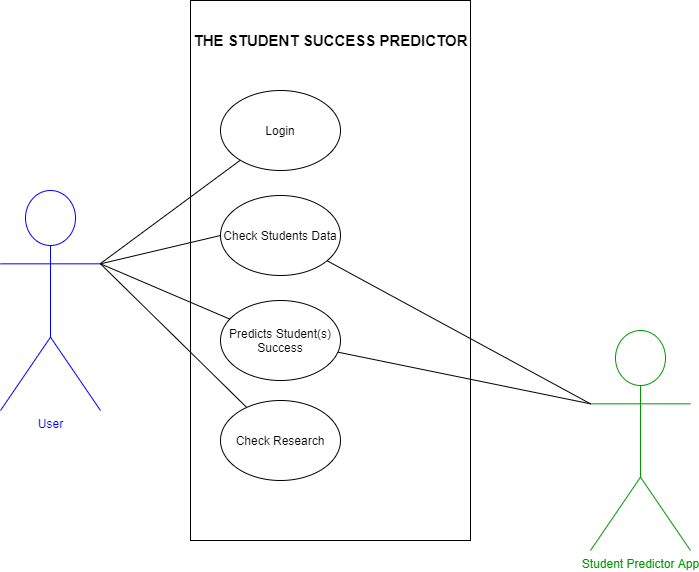
The draw.io diagram wiki/images/usecase.png in NicMuir/Software_Design_Project-2020, before a commit. Source tidied: cells renumbered, new cells last; positions are measured from the earlier drawing's top-left corner, leaving out a move shared by most shapes. The source it was exported from:
```xml
<mxGraphModel>
  <root>
    <mxCell id="0" />
    <mxCell id="1" parent="0" />
    <mxCell id="2" value="&lt;font color=&quot;#0000ff&quot;&gt;User&lt;/font&gt;" style="shape=umlActor;verticalLabelPosition=bottom;verticalAlign=top;html=1;outlineConnect=0;strokeColor=#0000FF;" parent="1" vertex="1">
      <mxGeometry y="190" width="100" height="220" as="geometry" />
    </mxCell>
    <mxCell id="3" style="whiteSpace=wrap;html=1;" parent="1" vertex="1">
      <mxGeometry x="190" width="280" height="540" as="geometry" />
    </mxCell>
    <mxCell id="4" value="Login" style="ellipse;whiteSpace=wrap;html=1;" parent="1" vertex="1">
      <mxGeometry x="220" y="90" width="120" height="80" as="geometry" />
    </mxCell>
    <mxCell id="5" value="&lt;b style=&quot;font-size: 15px;&quot;&gt;THE STUDENT SUCCESS PREDICTOR&lt;/b&gt;" style="text;html=1;align=center;verticalAlign=middle;strokeWidth=1;fontSize=15;" parent="1" vertex="1">
      <mxGeometry x="185" y="30" width="290" height="20" as="geometry" />
    </mxCell>
    <mxCell id="6" value="Check Students Data" style="ellipse;whiteSpace=wrap;html=1;" parent="1" vertex="1">
      <mxGeometry x="220" y="195" width="120" height="80" as="geometry" />
    </mxCell>
    <mxCell id="7" value="Predicts Student(s) Success" style="ellipse;whiteSpace=wrap;html=1;" parent="1" vertex="1">
      <mxGeometry x="220" y="300" width="120" height="80" as="geometry" />
    </mxCell>
    <mxCell id="8" value="Check Research" style="ellipse;whiteSpace=wrap;html=1;" parent="1" vertex="1">
      <mxGeometry x="220" y="400" width="120" height="80" as="geometry" />
    </mxCell>
    <mxCell id="9" value="&lt;font color=&quot;#009900&quot;&gt;Student Predict&lt;span&gt;o&lt;/span&gt;r App&lt;/font&gt;" style="shape=umlActor;verticalLabelPosition=bottom;verticalAlign=top;html=1;outlineConnect=0;strokeColor=#009900;" parent="1" vertex="1">
      <mxGeometry x="590" y="330" width="100" height="220" as="geometry" />
    </mxCell>
    <mxCell id="10" style="endArrow=none;html=1;" parent="1" edge="1" source="2" target="4">
      <mxGeometry relative="1" as="geometry" />
    </mxCell>
    <mxCell id="11" style="endArrow=none;html=1;entryX=0;entryY=0.5;entryDx=0;entryDy=0;exitX=1;exitY=0.3333333333333333;exitDx=0;exitDy=0;exitPerimeter=0;" parent="1" edge="1" source="2" target="6">
      <mxGeometry relative="1" as="geometry" />
    </mxCell>
    <mxCell id="12" style="endArrow=none;html=1;exitX=1;exitY=0.3333333333333333;exitDx=0;exitDy=0;exitPerimeter=0;" parent="1" edge="1" source="2" target="7">
      <mxGeometry relative="1" as="geometry" />
    </mxCell>
    <mxCell id="13" style="endArrow=none;html=1;exitX=1;exitY=0.3333333333333333;exitDx=0;exitDy=0;exitPerimeter=0;" parent="1" edge="1" source="2" target="8">
      <mxGeometry relative="1" as="geometry" />
    </mxCell>
    <mxCell id="14" style="endArrow=none;html=1;entryX=0;entryY=0.3333333333333333;entryDx=0;entryDy=0;entryPerimeter=0;" parent="1" edge="1" source="6" target="9">
      <mxGeometry relative="1" as="geometry" />
    </mxCell>
    <mxCell id="15" style="endArrow=none;html=1;entryX=0;entryY=0.3333333333333333;entryDx=0;entryDy=0;entryPerimeter=0;" parent="1" edge="1" source="7" target="9">
      <mxGeometry relative="1" as="geometry" />
    </mxCell>
  </root>
</mxGraphModel>
```
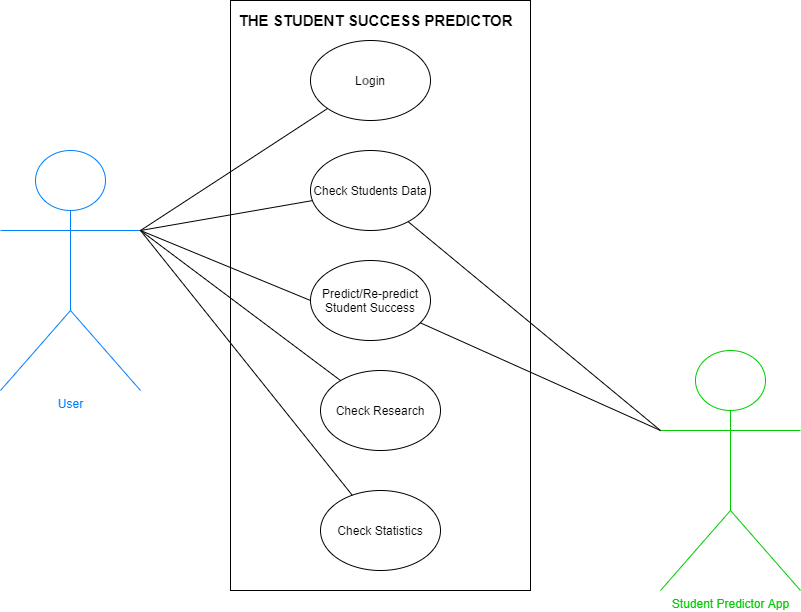
Later version of the same file.

Commit message:
Updated use case diagram

What changed in the source:
```diff
@@ -2,47 +2,59 @@
   <root>
     <mxCell id="0" />
     <mxCell id="1" parent="0" />
+    <mxCell id="16" style="rounded=0;whiteSpace=wrap;html=1;" parent="1" vertex="1">
+      <mxGeometry x="270" y="-40" width="300" height="590" as="geometry" />
+    </mxCell>
-    <mxCell id="2" value="&lt;font color=&quot;#0000ff&quot;&gt;User&lt;/font&gt;" style="shape=umlActor;verticalLabelPosition=bottom;verticalAlign=top;html=1;outlineConnect=0;strokeColor=#0000FF;" parent="1" vertex="1">
-      <mxGeometry y="190" width="100" height="220" as="geometry" />
+    <mxCell id="2" value="&lt;font color=&quot;#007fff&quot;&gt;User&lt;/font&gt;" style="shape=umlActor;verticalLabelPosition=bottom;verticalAlign=top;html=1;outlineConnect=0;strokeColor=#007FFF;" parent="1" vertex="1">
+      <mxGeometry x="40" y="110" width="140" height="240" as="geometry" />
     </mxCell>
-    <mxCell id="3" style="whiteSpace=wrap;html=1;" parent="1" vertex="1">
-      <mxGeometry x="190" width="280" height="540" as="geometry" />
-    </mxCell>
-    <mxCell id="4" value="Login" style="ellipse;whiteSpace=wrap;html=1;" parent="1" vertex="1">
-      <mxGeometry x="220" y="90" width="120" height="80" as="geometry" />
-    </mxCell>
+    <mxCell id="17" value="&lt;font color=&quot;#00cc00&quot;&gt;Student Predictor App&lt;/font&gt;" style="shape=umlActor;verticalLabelPosition=bottom;verticalAlign=top;html=1;outlineConnect=0;gradientColor=#ffffff;strokeColor=#00CC00;" parent="1" vertex="1">
+      <mxGeometry x="700" y="310" width="140" height="240" as="geometry" />
+    </mxCell>
+    <mxCell id="18" value="&lt;div style=&quot;text-align: left&quot;&gt;&lt;span&gt;L&lt;/span&gt;&lt;font color=&quot;#707070&quot; face=&quot;helvetica, arial, sans-serif&quot;&gt;&lt;span style=&quot;background-color: rgb(251 , 251 , 251)&quot;&gt;&lt;b&gt;o&lt;/b&gt;&lt;/span&gt;&lt;/font&gt;&lt;span&gt;gin&lt;/span&gt;&lt;/div&gt;" style="ellipse;whiteSpace=wrap;html=1;" parent="1" vertex="1">
+      <mxGeometry x="350" width="120" height="80" as="geometry" />
+    </mxCell>
+    <mxCell id="6" value="Check Students Data" style="ellipse;whiteSpace=wrap;html=1;" parent="1" vertex="1">
+      <mxGeometry x="350" y="110" width="120" height="80" as="geometry" />
+    </mxCell>
+    <mxCell id="19" value="Predict/Re-predict Student Success" style="ellipse;whiteSpace=wrap;html=1;" parent="1" vertex="1">
+      <mxGeometry x="350" y="220" width="120" height="80" as="geometry" />
+    </mxCell>
+    <mxCell id="8" value="Check Research" style="ellipse;whiteSpace=wrap;html=1;" parent="1" vertex="1">
+      <mxGeometry x="360" y="330" width="120" height="80" as="geometry" />
+    </mxCell>
+    <mxCell id="20" value="Check Statistics" style="ellipse;whiteSpace=wrap;html=1;" parent="1" vertex="1">
+      <mxGeometry x="360" y="450" width="120" height="80" as="geometry" />
+    </mxCell>
+    <mxCell id="21" style="endArrow=none;html=1;" parent="1" edge="1" target="18">
+      <mxGeometry relative="1" as="geometry">
+        <mxPoint x="180" y="190" as="sourcePoint" />
+      </mxGeometry>
+    </mxCell>
+    <mxCell id="11" style="endArrow=none;html=1;exitX=1;exitY=0.3333333333333333;exitDx=0;exitDy=0;exitPerimeter=0;" parent="1" edge="1" source="2" target="6">
+      <mxGeometry relative="1" as="geometry" />
+    </mxCell>
+    <mxCell id="22" style="endArrow=none;html=1;entryX=0;entryY=0.5;entryDx=0;entryDy=0;exitX=1;exitY=0.3333333333333333;exitDx=0;exitDy=0;exitPerimeter=0;" parent="1" edge="1" source="2" target="19">
+      <mxGeometry relative="1" as="geometry" />
+    </mxCell>
+    <mxCell id="23" style="endArrow=none;html=1;" parent="1" edge="1" target="8">
+      <mxGeometry relative="1" as="geometry">
+        <mxPoint x="180" y="190" as="sourcePoint" />
+      </mxGeometry>
+    </mxCell>
+    <mxCell id="24" style="endArrow=none;html=1;" parent="1" edge="1" target="20">
+      <mxGeometry relative="1" as="geometry">
+        <mxPoint x="180" y="190" as="sourcePoint" />
+      </mxGeometry>
+    </mxCell>
+    <mxCell id="25" style="endArrow=none;html=1;exitX=0;exitY=0.3333333333333333;exitDx=0;exitDy=0;exitPerimeter=0;" parent="1" edge="1" source="17" target="6">
+      <mxGeometry relative="1" as="geometry" />
+    </mxCell>
+    <mxCell id="26" style="endArrow=none;html=1;entryX=0;entryY=0.3333333333333333;entryDx=0;entryDy=0;entryPerimeter=0;" parent="1" edge="1" source="19" target="17">
+      <mxGeometry relative="1" as="geometry" />
+    </mxCell>
-    <mxCell id="5" value="&lt;b style=&quot;font-size: 15px;&quot;&gt;THE STUDENT SUCCESS PREDICTOR&lt;/b&gt;" style="text;html=1;align=center;verticalAlign=middle;strokeWidth=1;fontSize=15;" parent="1" vertex="1">
-      <mxGeometry x="185" y="30" width="290" height="20" as="geometry" />
+    <mxCell id="5" value="&lt;b&gt;&lt;font style=&quot;font-size: 15px&quot;&gt;THE STUDENT SUCCESS PREDICTOR&lt;/font&gt;&lt;/b&gt;" style="text;html=1;align=center;verticalAlign=middle;" parent="1" vertex="1">
+      <mxGeometry x="270" y="-30" width="290" height="20" as="geometry" />
     </mxCell>
-    <mxCell id="6" value="Check Students Data" style="ellipse;whiteSpace=wrap;html=1;" parent="1" vertex="1">
-      <mxGeometry x="220" y="195" width="120" height="80" as="geometry" />
-    </mxCell>
-    <mxCell id="7" value="Predicts Student(s) Success" style="ellipse;whiteSpace=wrap;html=1;" parent="1" vertex="1">
-      <mxGeometry x="220" y="300" width="120" height="80" as="geometry" />
-    </mxCell>
-    <mxCell id="8" value="Check Research" style="ellipse;whiteSpace=wrap;html=1;" parent="1" vertex="1">
-      <mxGeometry x="220" y="400" width="120" height="80" as="geometry" />
-    </mxCell>
-    <mxCell id="9" value="&lt;font color=&quot;#009900&quot;&gt;Student Predict&lt;span&gt;o&lt;/span&gt;r App&lt;/font&gt;" style="shape=umlActor;verticalLabelPosition=bottom;verticalAlign=top;html=1;outlineConnect=0;strokeColor=#009900;" parent="1" vertex="1">
-      <mxGeometry x="590" y="330" width="100" height="220" as="geometry" />
-    </mxCell>
-    <mxCell id="10" style="endArrow=none;html=1;" parent="1" edge="1" source="2" target="4">
-      <mxGeometry relative="1" as="geometry" />
-    </mxCell>
-    <mxCell id="11" style="endArrow=none;html=1;entryX=0;entryY=0.5;entryDx=0;entryDy=0;exitX=1;exitY=0.3333333333333333;exitDx=0;exitDy=0;exitPerimeter=0;" parent="1" edge="1" source="2" target="6">
-      <mxGeometry relative="1" as="geometry" />
-    </mxCell>
-    <mxCell id="12" style="endArrow=none;html=1;exitX=1;exitY=0.3333333333333333;exitDx=0;exitDy=0;exitPerimeter=0;" parent="1" edge="1" source="2" target="7">
-      <mxGeometry relative="1" as="geometry" />
-    </mxCell>
-    <mxCell id="13" style="endArrow=none;html=1;exitX=1;exitY=0.3333333333333333;exitDx=0;exitDy=0;exitPerimeter=0;" parent="1" edge="1" source="2" target="8">
-      <mxGeometry relative="1" as="geometry" />
-    </mxCell>
-    <mxCell id="14" style="endArrow=none;html=1;entryX=0;entryY=0.3333333333333333;entryDx=0;entryDy=0;entryPerimeter=0;" parent="1" edge="1" source="6" target="9">
-      <mxGeometry relative="1" as="geometry" />
-    </mxCell>
-    <mxCell id="15" style="endArrow=none;html=1;entryX=0;entryY=0.3333333333333333;entryDx=0;entryDy=0;entryPerimeter=0;" parent="1" edge="1" source="7" target="9">
-      <mxGeometry relative="1" as="geometry" />
-    </mxCell>
   </root>
 </mxGraphModel>
```
